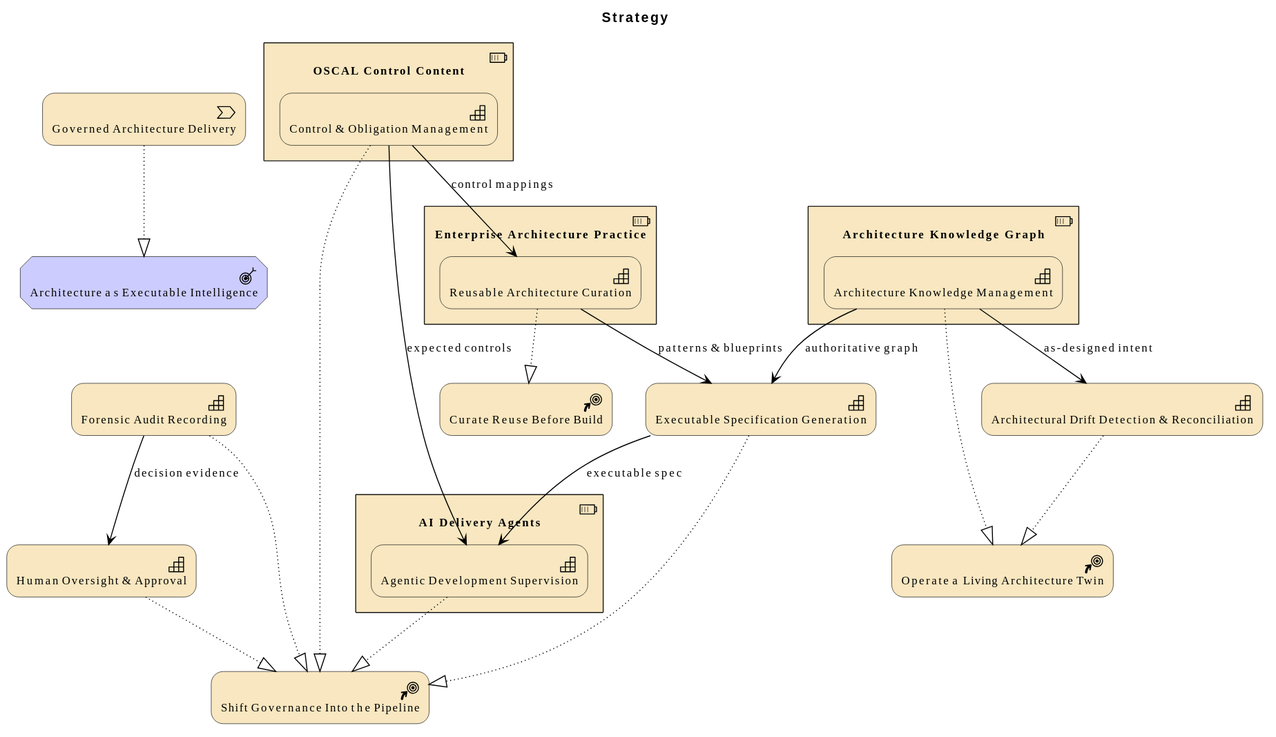
The PlantUML diagram architecture/model/diagrams/vision/strategy.svg in wolffy-au/frictionless-architect, before a commit.
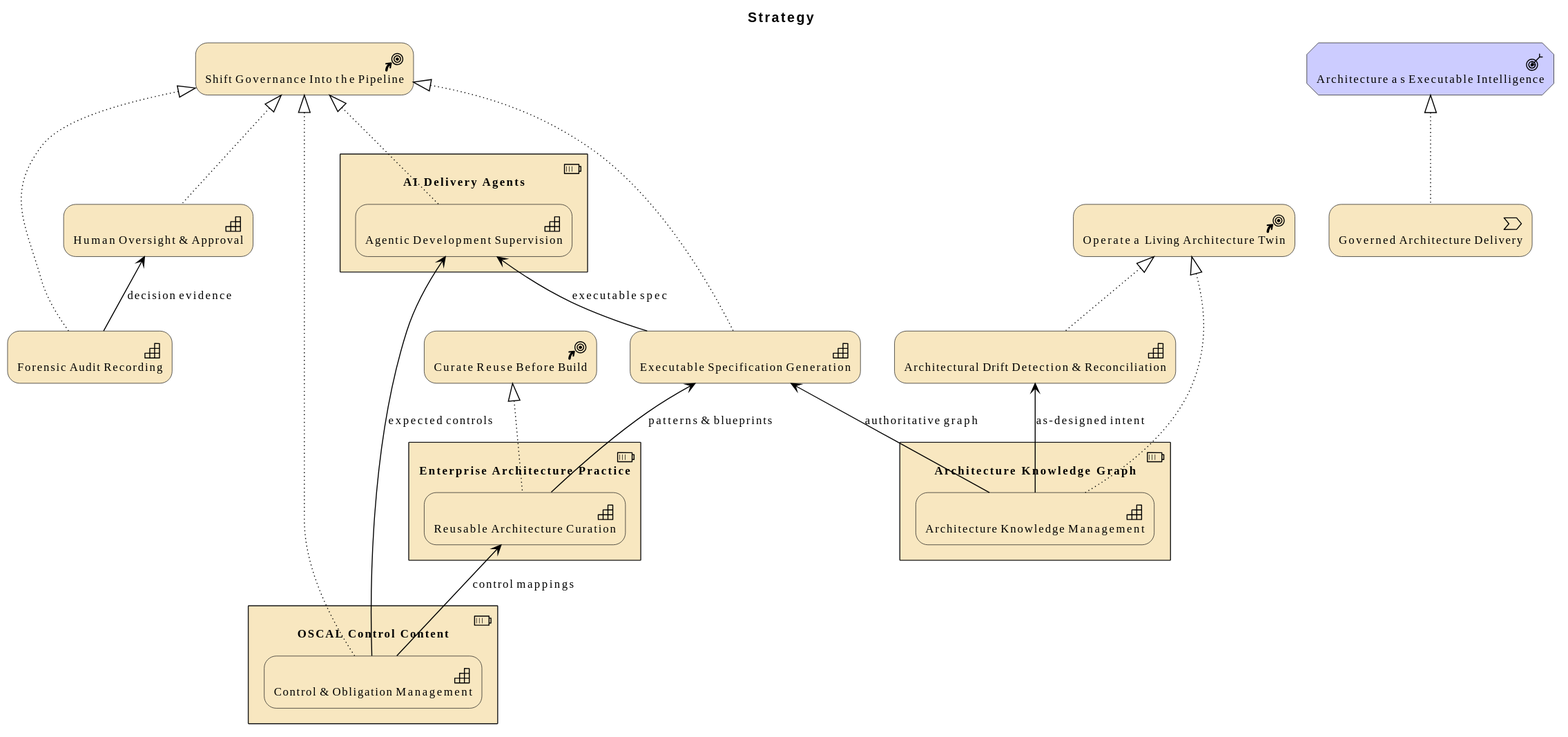
Above is the later version.

Change to the diagram source:
```diff
@@ -25,20 +25,20 @@
 }
 Strategy_ValueStream(e_idcd5e1d4017725d, "Governed Architecture Delivery")
 
-Rel_Realization(e_idafba1b4ab1e756, e_ida9babe1fe97050, "")
-Rel_Realization(e_id4a1c34ab69d151, e_ida9babe1fe97050, "")
-Rel_Realization(e_id72468b5b403450, e_ida9babe1fe97050, "")
-Rel_Realization(e_id08f340a094e552, e_ida9babe1fe97050, "")
-Rel_Realization(e_idc29413a2099958, e_ida9babe1fe97050, "")
-Rel_Realization(e_id18ec07397a9d5f, e_id78f58d32222658, "")
-Rel_Realization(e_id41aa3eb894c852, e_id78f58d32222658, "")
-Rel_Realization(e_id752d1de3794f5f, e_id0b01ce08664e58, "")
-Rel_Realization(e_idcd5e1d4017725d, e_idfbcf1e02e62655, "")
-Rel_Serving(e_id18ec07397a9d5f, e_idafba1b4ab1e756, "authoritative graph")
-Rel_Serving(e_id18ec07397a9d5f, e_id41aa3eb894c852, "as-designed intent")
-Rel_Serving(e_id752d1de3794f5f, e_idafba1b4ab1e756, "patterns & blueprints")
-Rel_Serving(e_id72468b5b403450, e_id752d1de3794f5f, "control mappings")
-Rel_Serving(e_id72468b5b403450, e_id4a1c34ab69d151, "expected controls")
-Rel_Serving(e_idafba1b4ab1e756, e_id4a1c34ab69d151, "executable spec")
-Rel_Serving(e_idc29413a2099958, e_id08f340a094e552, "decision evidence")
+Rel_Realization_Up(e_idafba1b4ab1e756, e_ida9babe1fe97050, "")
+Rel_Realization_Up(e_id4a1c34ab69d151, e_ida9babe1fe97050, "")
+Rel_Realization_Up(e_id72468b5b403450, e_ida9babe1fe97050, "")
+Rel_Realization_Up(e_id08f340a094e552, e_ida9babe1fe97050, "")
+Rel_Realization_Up(e_idc29413a2099958, e_ida9babe1fe97050, "")
+Rel_Realization_Up(e_id18ec07397a9d5f, e_id78f58d32222658, "")
+Rel_Realization_Up(e_id41aa3eb894c852, e_id78f58d32222658, "")
+Rel_Realization_Up(e_id752d1de3794f5f, e_id0b01ce08664e58, "")
+Rel_Realization_Up(e_idcd5e1d4017725d, e_idfbcf1e02e62655, "")
+Rel_Serving_Up(e_id18ec07397a9d5f, e_idafba1b4ab1e756, "authoritative graph")
+Rel_Serving_Up(e_id18ec07397a9d5f, e_id41aa3eb894c852, "as-designed intent")
+Rel_Serving_Up(e_id752d1de3794f5f, e_idafba1b4ab1e756, "patterns & blueprints")
+Rel_Serving_Up(e_id72468b5b403450, e_id752d1de3794f5f, "control mappings")
+Rel_Serving_Up(e_id72468b5b403450, e_id4a1c34ab69d151, "expected controls")
+Rel_Serving_Up(e_idafba1b4ab1e756, e_id4a1c34ab69d151, "executable spec")
+Rel_Serving_Up(e_idc29413a2099958, e_id08f340a094e552, "decision evidence")
 @enduml
```
